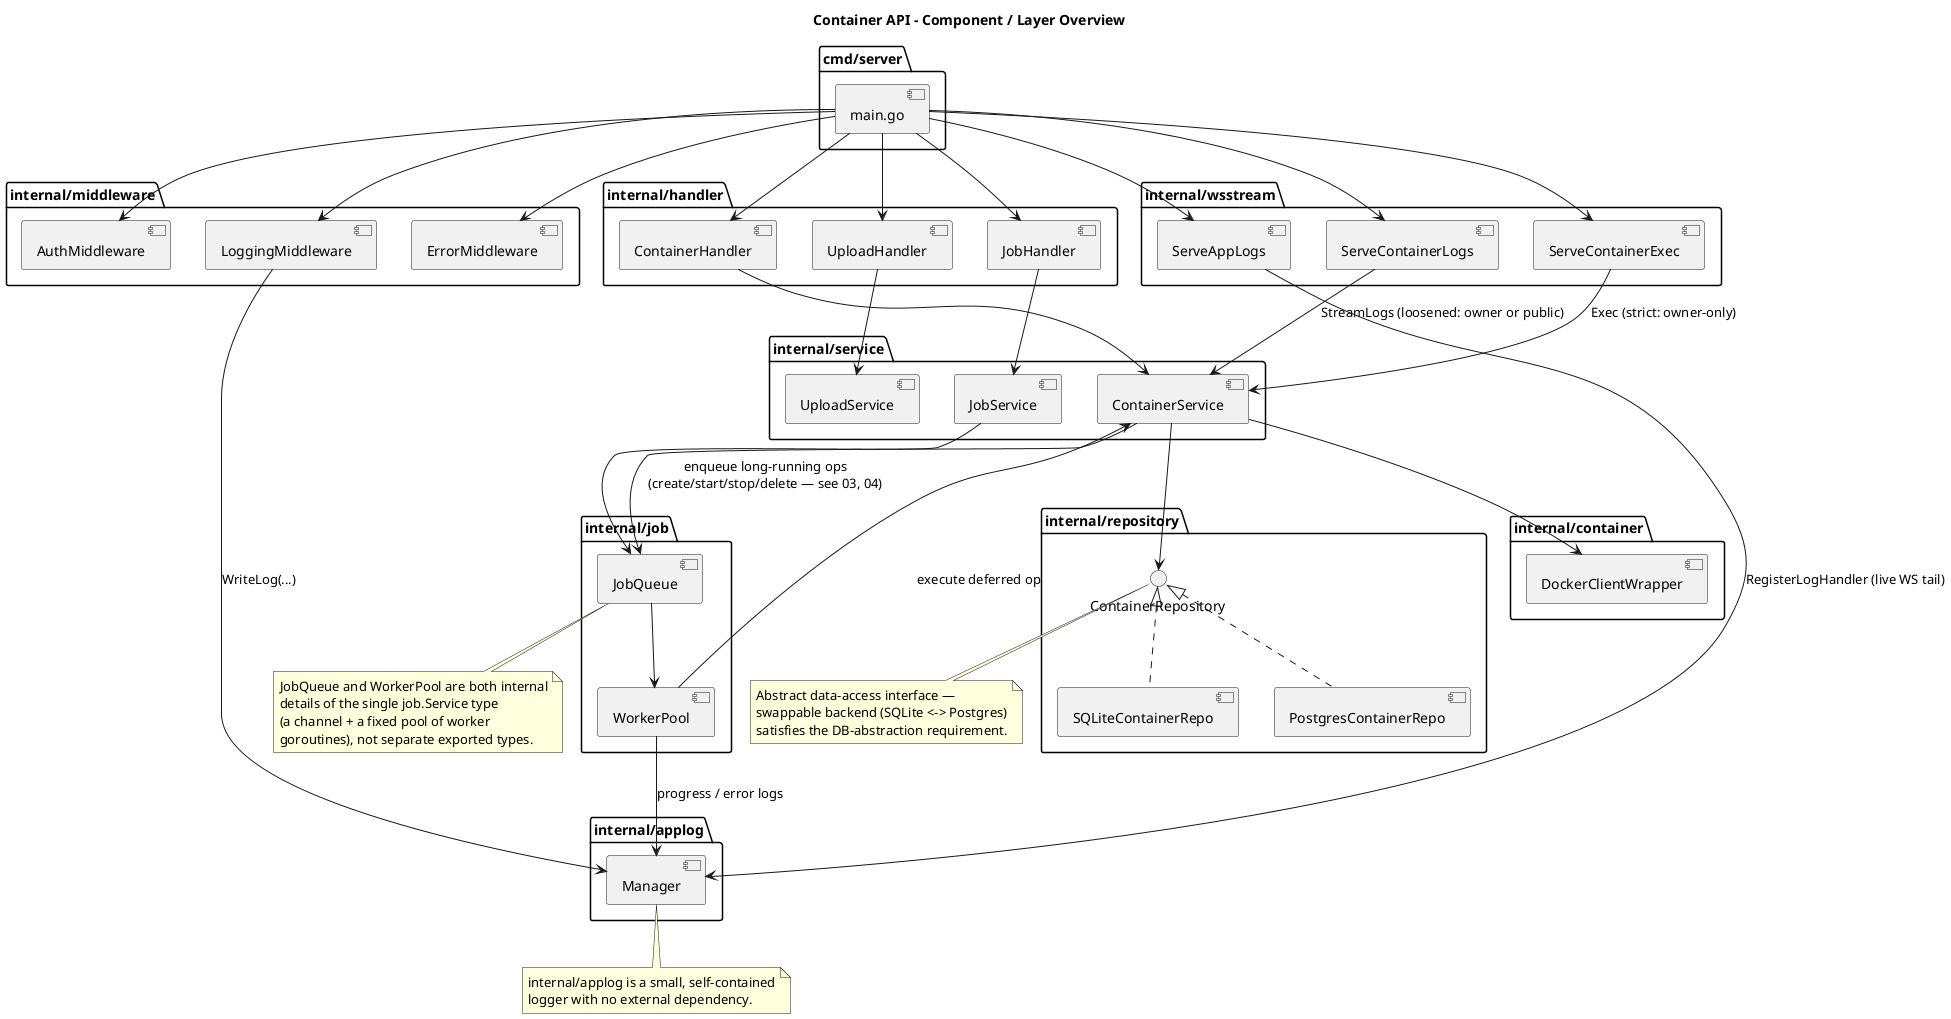
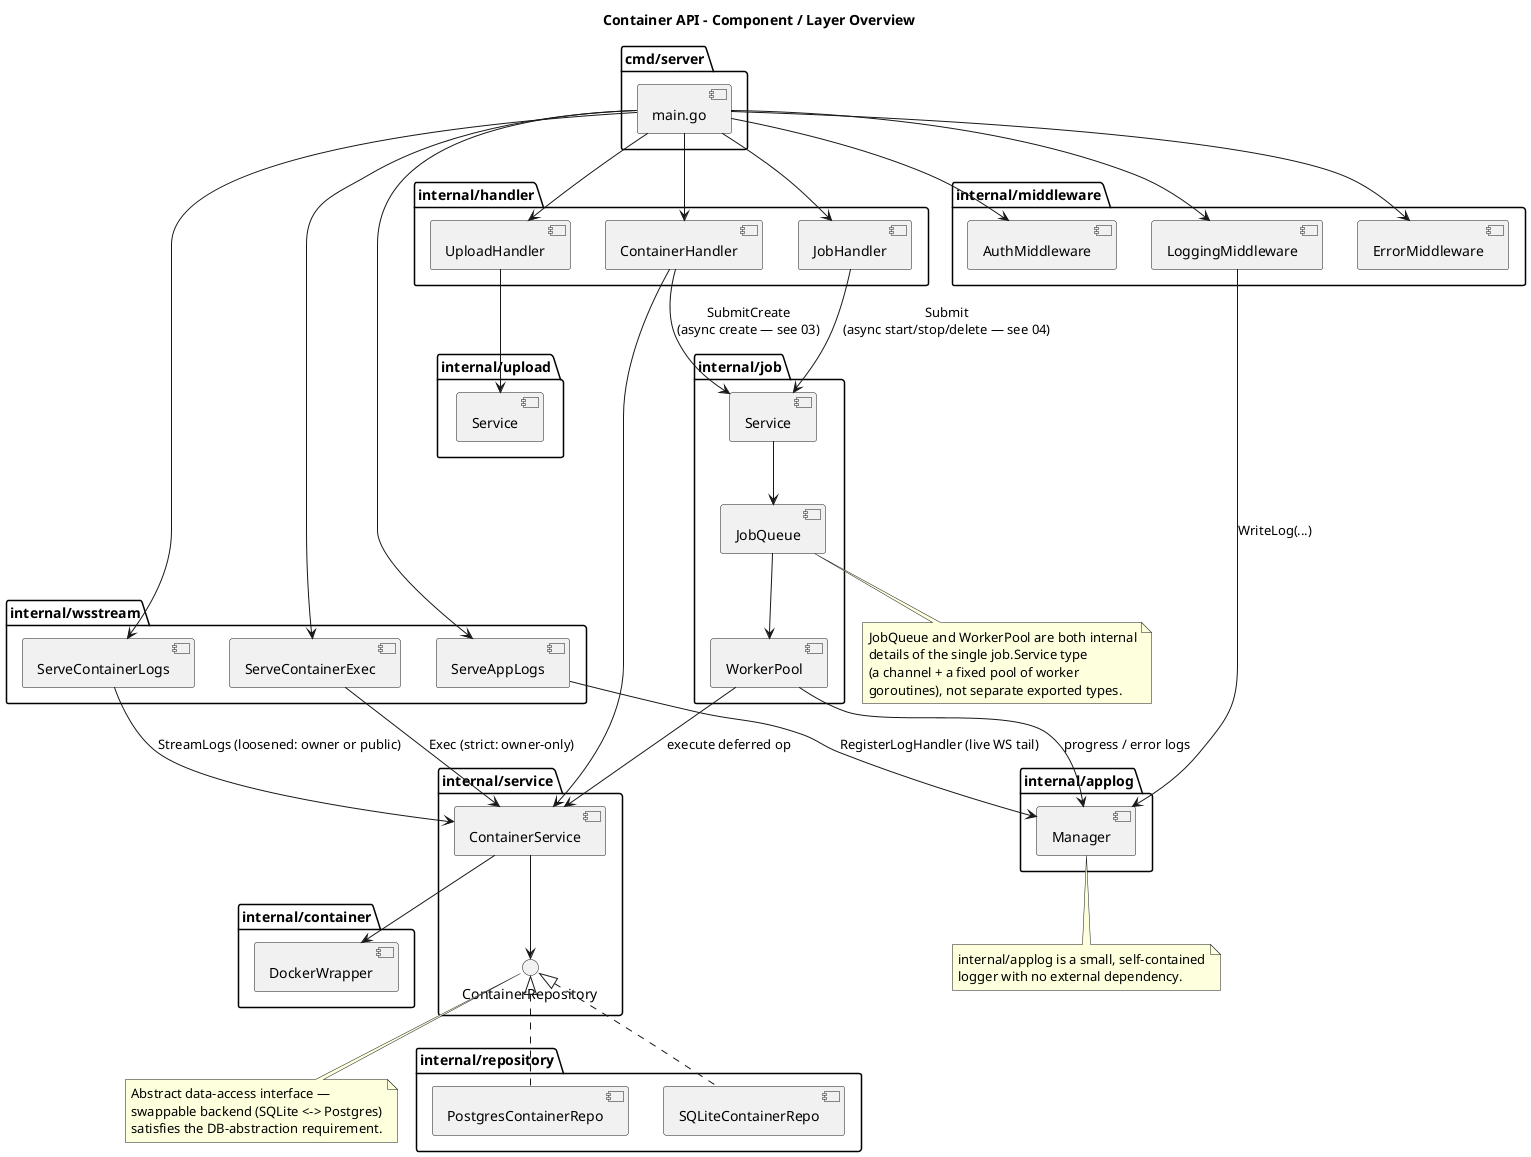
@startuml
title Container API - Component / Layer Overview

package "cmd/server" {
  [main.go] as Main
}

package "internal/middleware" {
  [AuthMiddleware]
  [LoggingMiddleware]
  [ErrorMiddleware]
}

package "internal/handler" {
  [ContainerHandler]
  [UploadHandler]
  [JobHandler]
}

package "internal/service" {
  [ContainerService]
-   [UploadService]
-   [JobService]
+   interface ContainerRepository
+ }
+ 
+ package "internal/upload" {
+   [Service] as UploadService
+ }
+ 
+ package "internal/job" {
+   [Service] as JobService
+   [JobQueue]
+   [WorkerPool]
}

package "internal/repository" {
-   interface ContainerRepository
  [SQLiteContainerRepo]
  [PostgresContainerRepo]
}

package "internal/container" {
-   [DockerClientWrapper]
- }
- 
- package "internal/job" {
-   [JobQueue]
-   [WorkerPool]
+   [DockerWrapper]
}

package "internal/wsstream" {
  [ServeAppLogs]
  [ServeContainerLogs]
  [ServeContainerExec]
}

package "internal/applog" {
  [Manager] as AppLogManager
}

Main --> AuthMiddleware
Main --> LoggingMiddleware
Main --> ErrorMiddleware
Main --> ContainerHandler
Main --> UploadHandler
Main --> JobHandler
Main --> ServeAppLogs
Main --> ServeContainerLogs
Main --> ServeContainerExec

LoggingMiddleware --> AppLogManager : WriteLog(...)

ContainerHandler --> ContainerService
+ ContainerHandler --> JobService : SubmitCreate\n(async create — see 03)
UploadHandler --> UploadService
- JobHandler --> JobService
+ JobHandler --> JobService : Submit\n(async start/stop/delete — see 04)
ServeContainerLogs --> ContainerService : StreamLogs (loosened: owner or public)
ServeContainerExec --> ContainerService : Exec (strict: owner-only)
ServeAppLogs --> AppLogManager : RegisterLogHandler (live WS tail)

ContainerService --> ContainerRepository
- ContainerService --> DockerClientWrapper
- ContainerService --> JobQueue : enqueue long-running ops\n(create/start/stop/delete — see 03, 04)
+ ContainerService --> DockerWrapper

JobService --> JobQueue
JobQueue --> WorkerPool
WorkerPool --> ContainerService : execute deferred op
WorkerPool --> AppLogManager : progress / error logs

ContainerRepository <|.. SQLiteContainerRepo
ContainerRepository <|.. PostgresContainerRepo

note bottom of ContainerRepository
  Abstract data-access interface —
  swappable backend (SQLite <-> Postgres)
  satisfies the DB-abstraction requirement.
end note

note bottom of AppLogManager
  internal/applog is a small, self-contained
  logger with no external dependency.
end note

note bottom of JobQueue
  JobQueue and WorkerPool are both internal
  details of the single job.Service type
  (a channel + a fixed pool of worker
  goroutines), not separate exported types.
end note

@enduml
